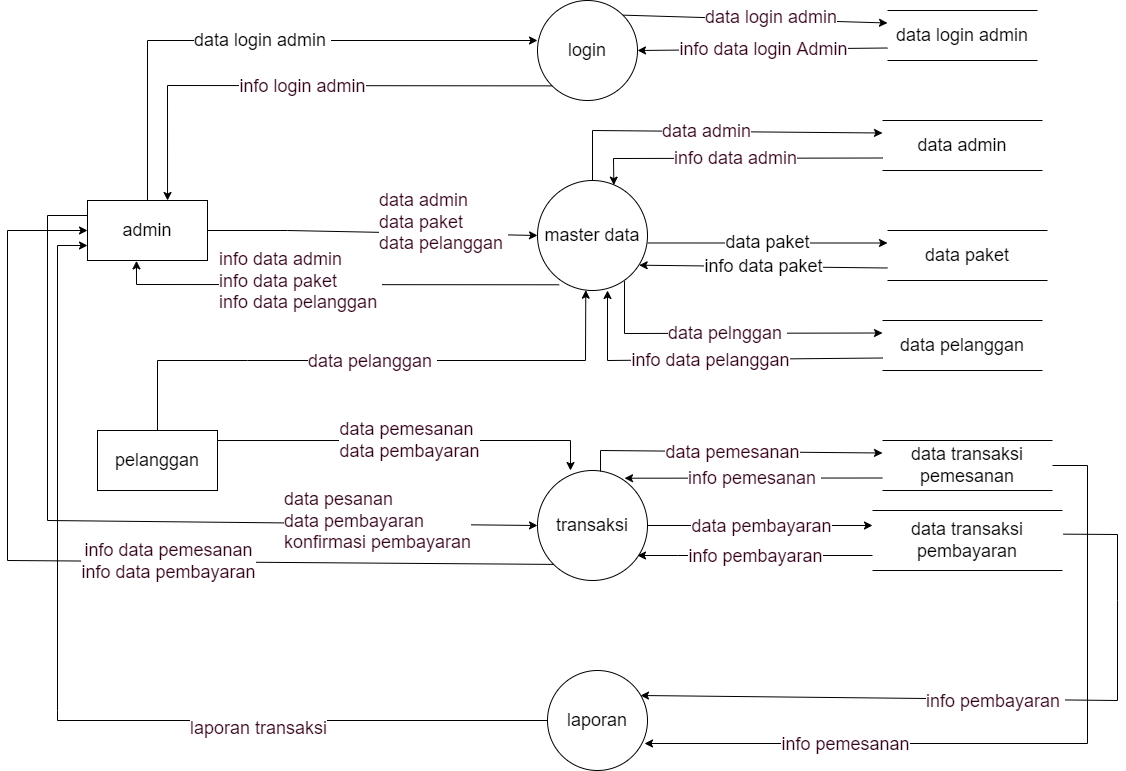
The draw.io diagram assets/image/dad1.png in b0punggg/MDPL_KEL2_SCRUM, before a commit. Source tidied: cells renumbered, new cells last; positions are measured from the earlier drawing's top-left corner, leaving out a move shared by most shapes.
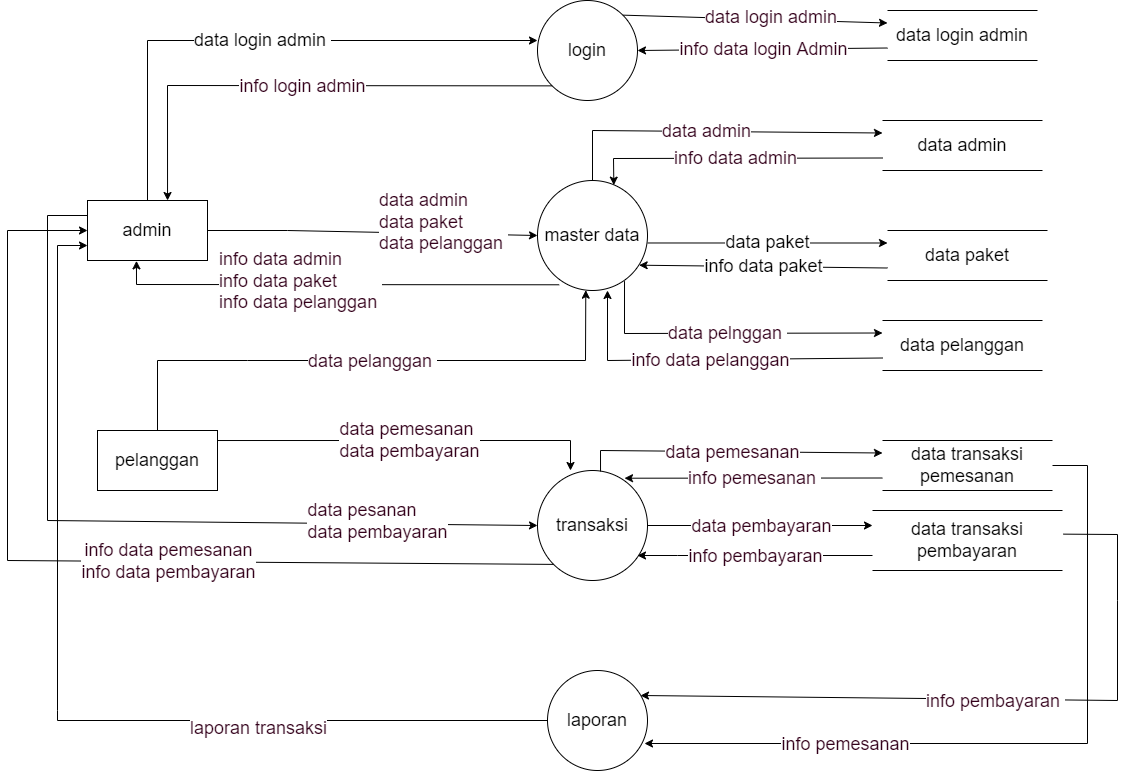
After the change.

Change to the diagram source:
```diff
@@ -62,7 +62,7 @@
         </Array>
       </mxGeometry>
     </mxCell>
-    <mxCell id="17" value="&lt;div style=&quot;text-align: left&quot;&gt;data pesanan&lt;/div&gt;&lt;div style=&quot;text-align: left&quot;&gt;data pembayaran&lt;/div&gt;&lt;div style=&quot;text-align: left&quot;&gt;konfirmasi pembayaran&lt;/div&gt;" style="edgeLabel;html=1;align=center;verticalAlign=middle;labelBackgroundColor=#FFFFFF;fontSize=18;fontColor=#33001A;" parent="16" vertex="1">
+    <mxCell id="17" value="&lt;div style=&quot;text-align: left&quot;&gt;data pesanan&lt;/div&gt;&lt;div style=&quot;text-align: left&quot;&gt;data pembayaran&lt;/div&gt;" style="edgeLabel;html=1;align=center;verticalAlign=middle;labelBackgroundColor=#FFFFFF;fontSize=18;fontColor=#33001A;" parent="16" vertex="1">
       <mxGeometry relative="1" as="geometry">
         <mxPoint x="257" as="offset" />
       </mxGeometry>
```
